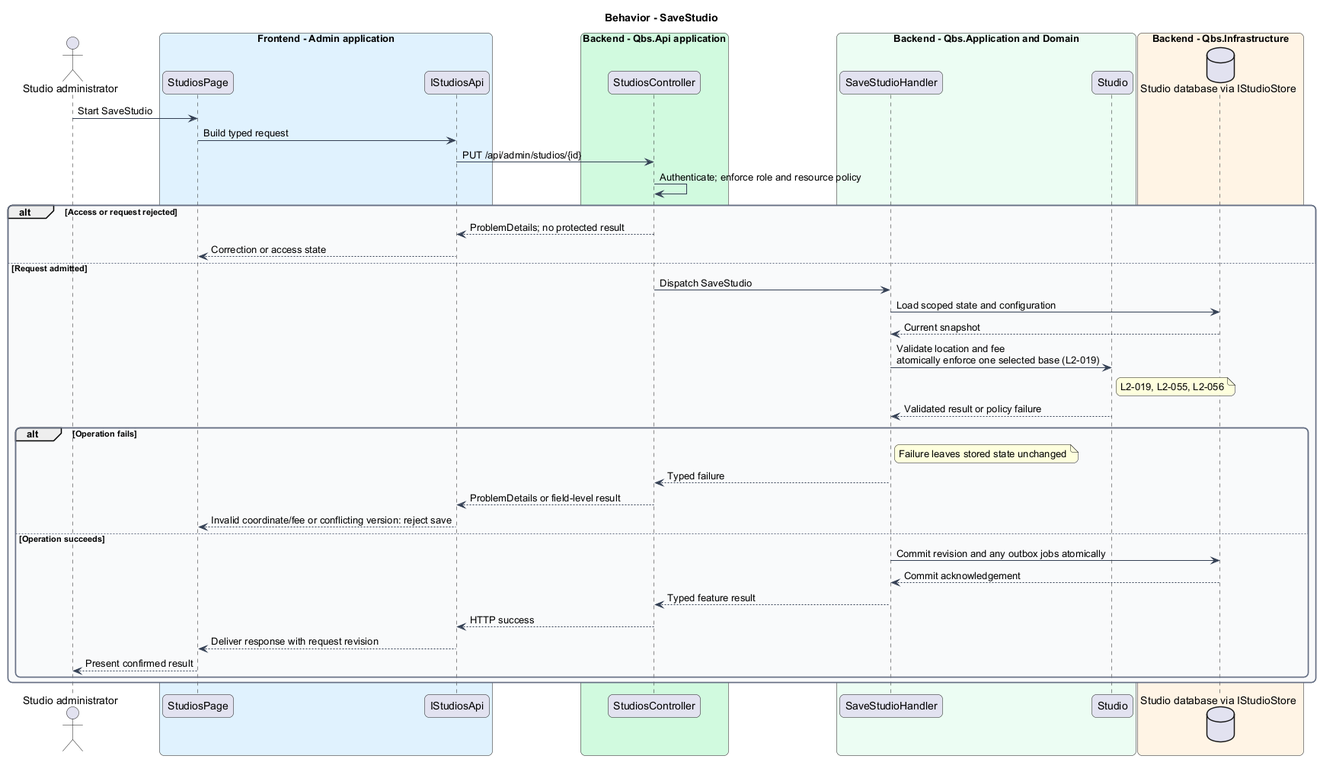
Before: docs/detailed-designs/quotations/configure-studios/diagrams/sequence-save-studio.png, a diagram exported from PlantUML (QuinntyneBrown/quinntyne-brown-studio).
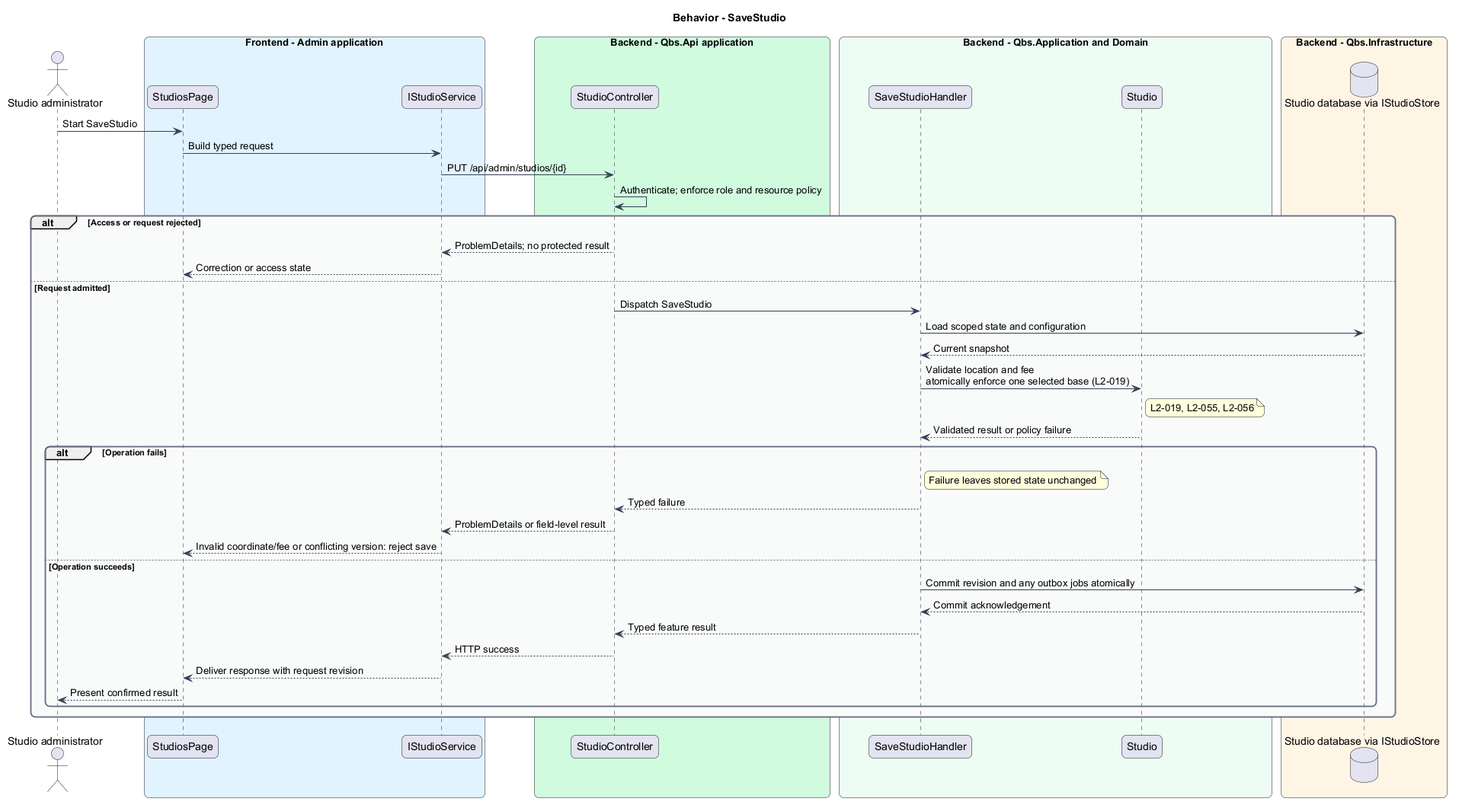
The same file after the commit.

What changed in the source:
```diff
@@ -17,10 +17,10 @@
 actor "Studio administrator" as actor
 box "Frontend - Admin application" #E0F2FE
  participant "StudiosPage" as page
- participant "IStudiosApi" as client
+ participant "IStudioService" as client
 end box
 box "Backend - Qbs.Api application" #D1FADF
- participant "StudiosController" as controller
+ participant "StudioController" as controller
 end box
 box "Backend - Qbs.Application and Domain" #ECFDF3
  participant "SaveStudioHandler" as handler
```
